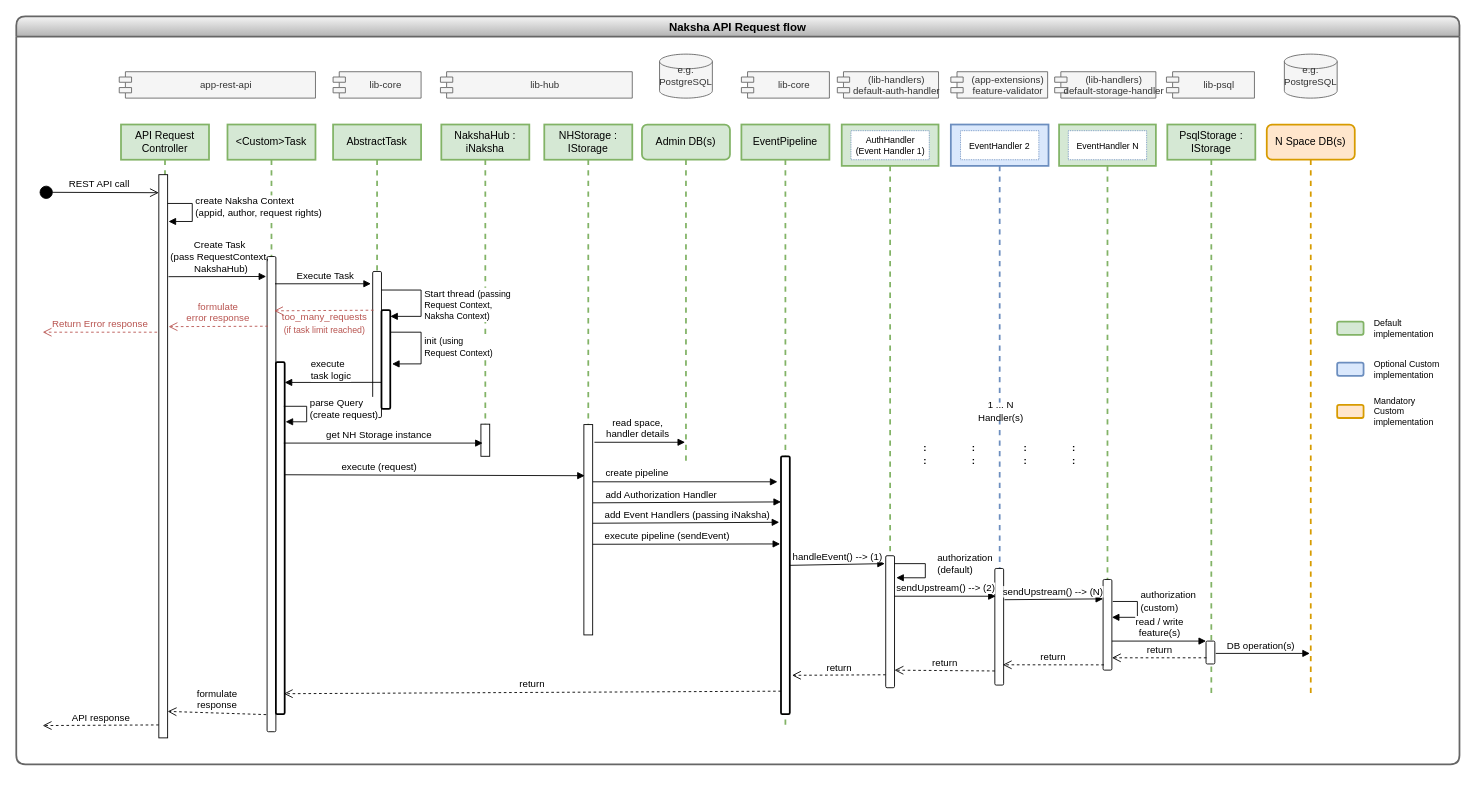
Earlier version of the draw.io diagram docs/diagrams/api_request_flow.drawio (heremaps/xyz-hub). Source tidied: cells renumbered, new cells numbered last; positions are measured from the earlier drawing's top-left corner, leaving out a move shared by most shapes. Both pictures are drawn from the tidied source at 88%, with x=0, y=0 at pixel (16, 16).
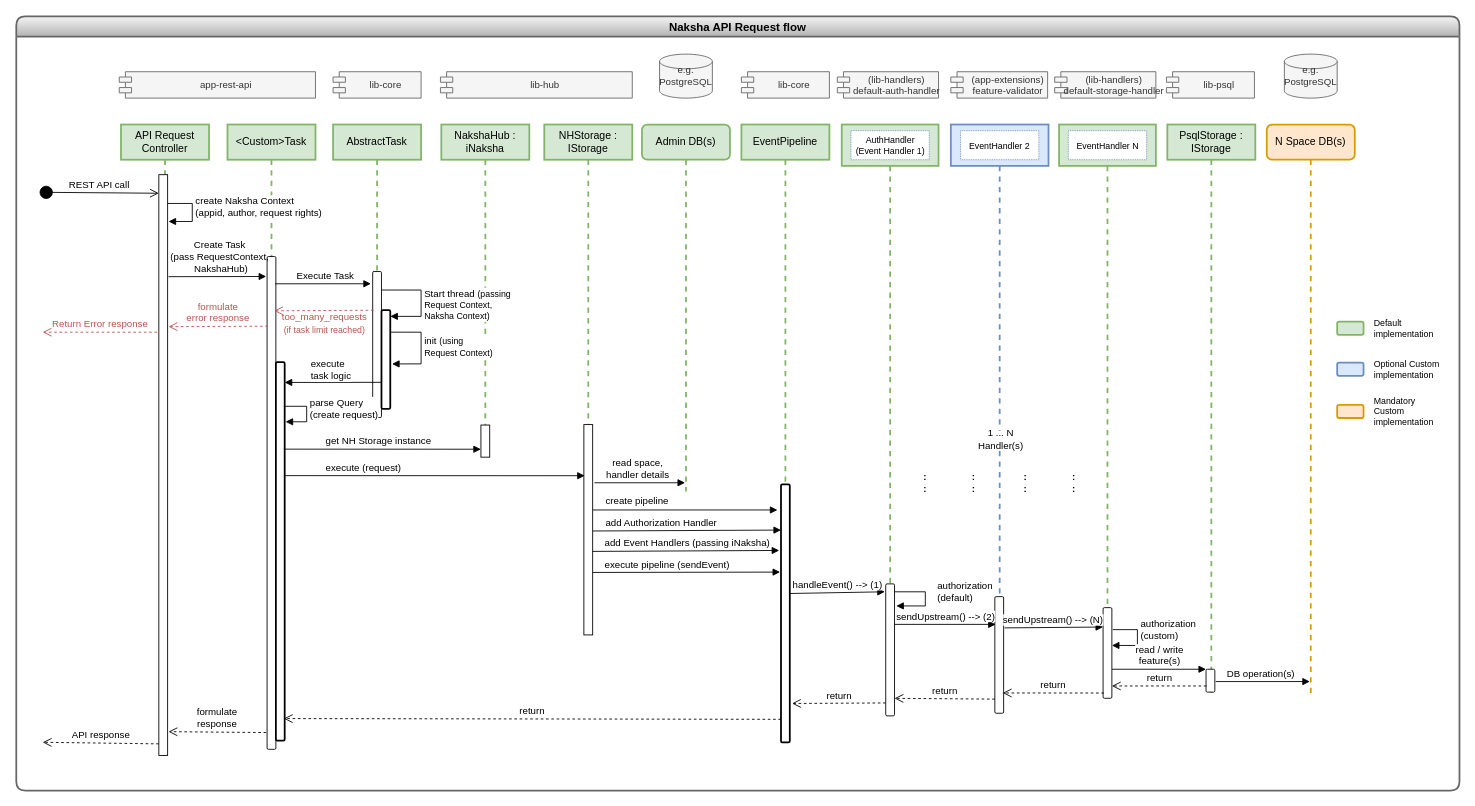
Above is the later version.

Commit message (it also covers changes not shown here):
Updated request flow diagram

The change refers to these unchanged cells:
```xml
<mxCell id="3" value="NakshaHub : iNaksha" style="shape=umlLifeline;perimeter=lifelinePerimeter;whiteSpace=wrap;html=1;fillColor=#d5e8d4;strokeColor=#82b366;strokeWidth=2;" parent="1" vertex="1">
  <mxGeometry x="483" y="123" width="100" height="377" as="geometry" />
</mxCell>
<mxCell id="5" value="N Space DB(s)" style="shape=umlLifeline;perimeter=lifelinePerimeter;whiteSpace=wrap;html=1;outlineConnect=0;fillColor=#ffe6cc;strokeColor=#d79b00;strokeWidth=2;rounded=1;" parent="1" vertex="1">
  <mxGeometry x="1421" y="123" width="100" height="647" as="geometry" />
</mxCell>
<mxCell id="16" style="shape=umlLifeline;perimeter=lifelinePerimeter;whiteSpace=wrap;html=1;fillColor=#d5e8d4;strokeColor=#82b366;strokeWidth=2;labelPosition=center;verticalLabelPosition=top;align=center;verticalAlign=bottom;size=47;" parent="6" vertex="1">
  <mxGeometry x="1185" y="123" width="110" height="620" as="geometry" />
</mxCell>
<mxCell id="28" value="PsqlStorage : IStorage" style="shape=umlLifeline;perimeter=lifelinePerimeter;whiteSpace=wrap;html=1;fillColor=#d5e8d4;strokeColor=#82b366;strokeWidth=2;" parent="6" vertex="1">
  <mxGeometry x="1308" y="123" width="100" height="647" as="geometry" />
</mxCell>
<mxCell id="43" value="EventPipeline" style="shape=umlLifeline;perimeter=lifelinePerimeter;whiteSpace=wrap;html=1;fillColor=#d5e8d4;strokeColor=#82b366;strokeWidth=2;" parent="6" vertex="1">
  <mxGeometry x="824" y="123" width="100" height="687" as="geometry" />
</mxCell>
<mxCell id="67" style="shape=umlLifeline;perimeter=lifelinePerimeter;whiteSpace=wrap;html=1;fillColor=#d5e8d4;strokeColor=#82b366;strokeWidth=2;labelPosition=center;verticalLabelPosition=top;align=center;verticalAlign=bottom;size=47;" parent="6" vertex="1">
  <mxGeometry x="938" y="123" width="110" height="640" as="geometry" />
</mxCell>
<mxCell id="77" style="html=1;points=[];perimeter=orthogonalPerimeter;" parent="76" vertex="1">
  <mxGeometry x="45" y="341" width="10" height="239" as="geometry" />
</mxCell>
```

Diff of the diagram source:
```diff
@@
     <mxCell id="4" style="html=1;points=[];perimeter=orthogonalPerimeter;" parent="3" vertex="1">
-      <mxGeometry x="45" y="340.5" width="10" height="36.5" as="geometry" />
+      <mxGeometry x="45" y="341.5" width="10" height="36.5" as="geometry" />
     </mxCell>
@@
     <mxCell id="6" value="Naksha API Request flow" style="swimlane;rounded=1;shadow=0;sketch=0;fontSize=13;strokeWidth=2;fillColor=#f5f5f5;gradientColor=#b3b3b3;strokeColor=#666666;" parent="1" vertex="1">
-      <mxGeometry width="1640" height="850" as="geometry" />
+      <mxGeometry width="1640" height="880" as="geometry" />
     </mxCell>
@@
     <mxCell id="18" value=":&lt;br style=&quot;font-size: 11px;&quot;&gt;:" style="text;html=1;strokeColor=none;fillColor=none;align=center;verticalAlign=middle;whiteSpace=wrap;rounded=0;shadow=0;sketch=0;fontSize=11;fontStyle=1;" parent="16" vertex="1">
-      <mxGeometry x="-53" y="360" width="29.5" height="30" as="geometry" />
+      <mxGeometry x="-53" y="392" width="29.5" height="30" as="geometry" />
     </mxCell>
     <mxCell id="19" value=":&lt;br style=&quot;font-size: 11px;&quot;&gt;:" style="text;html=1;strokeColor=none;fillColor=none;align=center;verticalAlign=middle;whiteSpace=wrap;rounded=0;shadow=0;sketch=0;fontSize=11;fontStyle=1;" parent="16" vertex="1">
-      <mxGeometry x="1.5" y="360" width="29.5" height="30" as="geometry" />
+      <mxGeometry x="1.5" y="392" width="29.5" height="30" as="geometry" />
     </mxCell>
     <mxCell id="20" style="html=1;points=[];perimeter=orthogonalPerimeter;rounded=1;shadow=0;sketch=0;fontSize=11;strokeColor=#000000;strokeWidth=1;" parent="16" vertex="1">
-      <mxGeometry x="50" y="517" width="10" height="103" as="geometry" />
+      <mxGeometry x="50" y="549" width="10" height="103" as="geometry" />
     </mxCell>
     <mxCell id="21" value="authorization&lt;br&gt;(custom)" style="edgeStyle=orthogonalEdgeStyle;html=1;align=left;spacingLeft=2;endArrow=block;rounded=0;fontSize=11;exitX=1.1;exitY=0.204;exitDx=0;exitDy=0;exitPerimeter=0;entryX=1;entryY=0.379;entryDx=0;entryDy=0;entryPerimeter=0;" parent="16" edge="1">
       <mxGeometry x="-0.25" relative="1" as="geometry">
-        <mxPoint x="61" y="542" as="sourcePoint" />
-        <mxPoint x="60" y="560" as="targetPoint" />
+        <mxPoint x="61" y="574" as="sourcePoint" />
+        <mxPoint x="60" y="592" as="targetPoint" />
         <Array as="points">
-          <mxPoint x="89" y="542" />
-          <mxPoint x="89" y="560" />
+          <mxPoint x="89" y="574" />
+          <mxPoint x="89" y="592" />
         </Array>
       </mxGeometry>
     </mxCell>
@@
     <mxCell id="26" value="Admin DB(s)" style="shape=umlLifeline;perimeter=lifelinePerimeter;whiteSpace=wrap;html=1;outlineConnect=0;fillColor=#d5e8d4;strokeColor=#82b366;strokeWidth=2;rounded=1;" parent="6" vertex="1">
-      <mxGeometry x="711" y="123" width="100" height="387" as="geometry" />
+      <mxGeometry x="711" y="123" width="100" height="417" as="geometry" />
     </mxCell>
@@
     <mxCell id="29" style="html=1;points=[];perimeter=orthogonalPerimeter;rounded=1;shadow=0;sketch=0;fontSize=11;strokeColor=#000000;strokeWidth=1;" parent="28" vertex="1">
-      <mxGeometry x="44" y="587" width="10" height="26" as="geometry" />
+      <mxGeometry x="44" y="619" width="10" height="26" as="geometry" />
     </mxCell>
@@
-    <mxCell id="31" value="API response" style="html=1;verticalAlign=bottom;endArrow=open;dashed=1;endSize=8;exitX=0;exitY=0.977;rounded=0;fontSize=11;exitDx=0;exitDy=0;exitPerimeter=0;" parent="6" edge="1" source="41">
+    <mxCell id="31" value="API response" style="html=1;verticalAlign=bottom;endArrow=open;dashed=1;endSize=8;exitX=0;exitY=0.98;rounded=0;fontSize=11;exitDx=0;exitDy=0;exitPerimeter=0;" parent="6" edge="1" source="41">
       <mxGeometry relative="1" as="geometry">
-        <mxPoint x="30" y="806" as="targetPoint" />
+        <mxPoint x="30" y="825" as="targetPoint" />
       </mxGeometry>
     </mxCell>
-    <mxCell id="32" value="formulate&lt;br&gt;response" style="html=1;verticalAlign=bottom;endArrow=open;dashed=1;endSize=8;exitX=-0.1;exitY=0.964;rounded=0;fontSize=11;exitDx=0;exitDy=0;exitPerimeter=0;entryX=1;entryY=0.953;entryDx=0;entryDy=0;entryPerimeter=0;" parent="6" edge="1" source="56" target="41">
+    <mxCell id="32" value="formulate&lt;br&gt;response" style="html=1;verticalAlign=bottom;endArrow=open;dashed=1;endSize=8;exitX=-0.1;exitY=0.966;rounded=0;fontSize=11;exitDx=0;exitDy=0;exitPerimeter=0;entryX=1.1;entryY=0.959;entryDx=0;entryDy=0;entryPerimeter=0;" parent="6" edge="1" source="56" target="41">
       <mxGeometry relative="1" as="geometry" />
     </mxCell>
     <mxCell id="33" style="html=1;points=[];perimeter=orthogonalPerimeter;rounded=1;shadow=0;sketch=0;fontSize=11;strokeColor=#000000;strokeWidth=1;" parent="6" vertex="1">
-      <mxGeometry x="1112" y="627.5" width="10" height="132.5" as="geometry" />
+      <mxGeometry x="1112" y="659.5" width="10" height="132.5" as="geometry" />
     </mxCell>
@@
     <mxCell id="37" value="return" style="html=1;verticalAlign=bottom;endArrow=open;dashed=1;endSize=8;rounded=0;fontSize=11;entryX=1.1;entryY=0.885;entryDx=0;entryDy=0;entryPerimeter=0;exitX=0;exitY=0.902;exitDx=0;exitDy=0;exitPerimeter=0;" parent="6" edge="1" source="69">
       <mxGeometry relative="1" as="geometry">
-        <mxPoint x="881.5" y="748.9" as="targetPoint" />
+        <mxPoint x="881.5" y="780.9" as="targetPoint" />
       </mxGeometry>
     </mxCell>
@@
     <mxCell id="40" value="1 ... N&lt;br&gt;Handler(s)" style="text;html=1;strokeColor=none;fillColor=default;align=center;verticalAlign=middle;whiteSpace=wrap;rounded=0;shadow=0;dashed=1;dashPattern=1 1;sketch=0;fontSize=11;fontStyle=0;perimeterSpacing=0;labelBorderColor=none;labelBackgroundColor=none;spacingTop=0;spacing=2;spacingLeft=0;spacingBottom=0;" parent="6" vertex="1">
-      <mxGeometry x="1089" y="439" width="60" height="20" as="geometry" />
+      <mxGeometry x="1089" y="471" width="60" height="20" as="geometry" />
     </mxCell>
     <mxCell id="41" style="html=1;points=[];perimeter=orthogonalPerimeter;" parent="6" vertex="1">
-      <mxGeometry x="162" y="180" width="10" height="640" as="geometry" />
+      <mxGeometry x="162" y="180" width="10" height="660" as="geometry" />
     </mxCell>
@@
     <mxCell id="44" style="html=1;points=[];perimeter=orthogonalPerimeter;rounded=1;shadow=0;sketch=0;fontSize=11;strokeColor=#000000;strokeWidth=2;" parent="43" vertex="1">
-      <mxGeometry x="45" y="377" width="10" height="293" as="geometry" />
+      <mxGeometry x="45" y="409" width="10" height="293" as="geometry" />
     </mxCell>
@@
-    <mxCell id="46" value="create pipeline" style="html=1;verticalAlign=bottom;endArrow=block;rounded=0;fontSize=11;exitX=1;exitY=0.272;exitDx=0;exitDy=0;exitPerimeter=0;entryX=-0.4;entryY=0.099;entryDx=0;entryDy=0;entryPerimeter=0;align=left;" parent="6" edge="1" source="77" target="44">
-      <mxGeometry x="-0.88" y="1" relative="1" as="geometry" />
+    <mxCell id="46" value="create pipeline" style="html=1;verticalAlign=bottom;endArrow=block;rounded=0;fontSize=11;exitX=1;exitY=0.272;exitDx=0;exitDy=0;exitPerimeter=0;entryX=-0.4;entryY=0.099;entryDx=0;entryDy=0;entryPerimeter=0;align=left;" parent="6" edge="1" target="44">
+      <mxGeometry x="-0.88" y="1" relative="1" as="geometry">
+        <mxPoint x="655" y="561" as="sourcePoint" />
+      </mxGeometry>
     </mxCell>
-    <mxCell id="47" value="add Authorization Handler" style="html=1;verticalAlign=bottom;endArrow=block;rounded=0;fontSize=11;exitX=1;exitY=0.372;exitDx=0;exitDy=0;exitPerimeter=0;entryX=0;entryY=0.177;entryDx=0;entryDy=0;entryPerimeter=0;align=left;" parent="6" edge="1" source="77" target="44">
-      <mxGeometry x="-0.88" relative="1" as="geometry" />
+    <mxCell id="47" value="add Authorization Handler" style="html=1;verticalAlign=bottom;endArrow=block;rounded=0;fontSize=11;exitX=1;exitY=0.372;exitDx=0;exitDy=0;exitPerimeter=0;entryX=0;entryY=0.177;entryDx=0;entryDy=0;entryPerimeter=0;align=left;" parent="6" edge="1" target="44">
+      <mxGeometry x="-0.88" relative="1" as="geometry">
+        <mxPoint x="655" y="584.9" as="sourcePoint" />
+      </mxGeometry>
     </mxCell>
@@
-    <mxCell id="53" value="add Event Handlers (passing iNaksha)" style="html=1;verticalAlign=bottom;endArrow=block;rounded=0;fontSize=11;exitX=0.9;exitY=0.469;exitDx=0;exitDy=0;exitPerimeter=0;align=left;entryX=-0.2;entryY=0.256;entryDx=0;entryDy=0;entryPerimeter=0;" parent="6" edge="1" source="77" target="44">
-      <mxGeometry x="-0.88" relative="1" as="geometry" />
+    <mxCell id="53" value="add Event Handlers (passing iNaksha)" style="html=1;verticalAlign=bottom;endArrow=block;rounded=0;fontSize=11;exitX=0.9;exitY=0.469;exitDx=0;exitDy=0;exitPerimeter=0;align=left;entryX=-0.2;entryY=0.256;entryDx=0;entryDy=0;entryPerimeter=0;" parent="6" edge="1" target="44">
+      <mxGeometry x="-0.88" relative="1" as="geometry">
+        <mxPoint x="654" y="608.1" as="sourcePoint" />
+      </mxGeometry>
     </mxCell>
@@
     <mxCell id="55" value="&amp;lt;Custom&amp;gt;Task" style="shape=umlLifeline;perimeter=lifelinePerimeter;whiteSpace=wrap;html=1;fillColor=#d5e8d4;strokeColor=#82b366;strokeWidth=2;" parent="6" vertex="1">
-      <mxGeometry x="240" y="123" width="100" height="690" as="geometry" />
+      <mxGeometry x="240" y="123" width="100" height="710" as="geometry" />
     </mxCell>
     <mxCell id="56" style="html=1;points=[];perimeter=orthogonalPerimeter;rounded=1;shadow=0;sketch=0;fontSize=11;strokeColor=#000000;strokeWidth=1;" parent="55" vertex="1">
-      <mxGeometry x="45" y="150" width="10" height="540" as="geometry" />
+      <mxGeometry x="45" y="150" width="10" height="560" as="geometry" />
     </mxCell>
     <mxCell id="57" style="html=1;points=[];perimeter=orthogonalPerimeter;rounded=1;shadow=0;sketch=0;fontSize=11;strokeColor=#000000;strokeWidth=2;" parent="55" vertex="1">
-      <mxGeometry x="55" y="270" width="10" height="400" as="geometry" />
+      <mxGeometry x="55" y="270" width="10" height="430" as="geometry" />
     </mxCell>
@@
-    <mxCell id="64" value="read space, &lt;br&gt;handler details" style="html=1;verticalAlign=bottom;endArrow=block;rounded=0;fontSize=11;exitX=1.2;exitY=0.084;exitDx=0;exitDy=0;exitPerimeter=0;" parent="6" edge="1" source="77" target="26">
-      <mxGeometry x="-0.04" relative="1" as="geometry" />
+    <mxCell id="64" value="read space, &lt;br&gt;handler details" style="html=1;verticalAlign=bottom;endArrow=block;rounded=0;fontSize=11;exitX=1.2;exitY=0.084;exitDx=0;exitDy=0;exitPerimeter=0;" parent="6" edge="1">
+      <mxGeometry x="-0.04" relative="1" as="geometry">
+        <mxPoint x="657" y="530.1" as="sourcePoint" />
+        <mxPoint x="760" y="530.1" as="targetPoint" />
+      </mxGeometry>
     </mxCell>
-    <mxCell id="65" value="execute pipeline (sendEvent)" style="html=1;verticalAlign=bottom;endArrow=block;rounded=0;fontSize=11;entryX=-0.1;entryY=0.34;entryDx=0;entryDy=0;entryPerimeter=0;align=left;exitX=0.9;exitY=0.569;exitDx=0;exitDy=0;exitPerimeter=0;" parent="6" edge="1" source="77" target="44">
-      <mxGeometry x="-0.88" relative="1" as="geometry" />
+    <mxCell id="65" value="execute pipeline (sendEvent)" style="html=1;verticalAlign=bottom;endArrow=block;rounded=0;fontSize=11;entryX=-0.1;entryY=0.34;entryDx=0;entryDy=0;entryPerimeter=0;align=left;exitX=0.9;exitY=0.569;exitDx=0;exitDy=0;exitPerimeter=0;" parent="6" edge="1" target="44">
+      <mxGeometry x="-0.88" relative="1" as="geometry">
+        <mxPoint x="654" y="632" as="sourcePoint" />
+      </mxGeometry>
     </mxCell>
@@
     <mxCell id="69" style="html=1;points=[];perimeter=orthogonalPerimeter;rounded=1;shadow=0;sketch=0;fontSize=11;strokeColor=#000000;strokeWidth=1;" parent="67" vertex="1">
-      <mxGeometry x="50" y="490" width="10" height="150" as="geometry" />
+      <mxGeometry x="50" y="522" width="10" height="150" as="geometry" />
     </mxCell>
     <mxCell id="70" value="authorization&lt;br&gt;(default)" style="edgeStyle=orthogonalEdgeStyle;html=1;align=left;spacingLeft=2;endArrow=block;rounded=0;fontSize=11;entryX=1.2;entryY=0.167;entryDx=0;entryDy=0;entryPerimeter=0;" parent="67" edge="1" source="69" target="69">
       <mxGeometry x="-0.17" y="10" relative="1" as="geometry">
         <Array as="points">
-          <mxPoint x="95" y="499" />
-          <mxPoint x="95" y="515" />
+          <mxPoint x="95" y="531" />
+          <mxPoint x="95" y="547" />
         </Array>
       </mxGeometry>
     </mxCell>
@@
     <mxCell id="74" value=":&lt;br style=&quot;font-size: 11px;&quot;&gt;:" style="text;html=1;strokeColor=none;fillColor=none;align=center;verticalAlign=middle;whiteSpace=wrap;rounded=0;shadow=0;sketch=0;fontSize=11;fontStyle=1;" parent="6" vertex="1">
-      <mxGeometry x="1018" y="483" width="29.5" height="30" as="geometry" />
+      <mxGeometry x="1018" y="515" width="29.5" height="30" as="geometry" />
     </mxCell>
     <mxCell id="75" value=":&lt;br style=&quot;font-size: 11px;&quot;&gt;:" style="text;html=1;strokeColor=none;fillColor=none;align=center;verticalAlign=middle;whiteSpace=wrap;rounded=0;shadow=0;sketch=0;fontSize=11;fontStyle=1;" parent="6" vertex="1">
-      <mxGeometry x="1072.5" y="483" width="29.5" height="30" as="geometry" />
+      <mxGeometry x="1072.5" y="515" width="29.5" height="30" as="geometry" />
     </mxCell>
@@
-    <mxCell id="78" value="execute (request)" style="html=1;verticalAlign=bottom;endArrow=block;rounded=0;fontSize=11;exitX=1;exitY=0.32;exitDx=0;exitDy=0;exitPerimeter=0;align=left;entryX=0.1;entryY=0.243;entryDx=0;entryDy=0;entryPerimeter=0;" parent="6" edge="1" source="57" target="77">
-      <mxGeometry x="-0.63" relative="1" as="geometry" />
+    <mxCell id="78" value="execute (request)" style="html=1;verticalAlign=bottom;endArrow=block;rounded=0;fontSize=11;align=left;entryX=0.1;entryY=0.243;entryDx=0;entryDy=0;entryPerimeter=0;exitX=0.9;exitY=0.3;exitDx=0;exitDy=0;exitPerimeter=0;" parent="6" edge="1" source="57" target="77">
+      <mxGeometry x="-0.73" relative="1" as="geometry" />
     </mxCell>
@@
-    <mxCell id="81" value="DB operation(s)" style="html=1;verticalAlign=bottom;endArrow=block;rounded=0;fontSize=11;exitX=1.1;exitY=0.539;exitDx=0;exitDy=0;exitPerimeter=0;" parent="1" edge="1" source="29" target="5">
-      <mxGeometry x="-0.04" relative="1" as="geometry" />
+    <mxCell id="81" value="DB operation(s)" style="html=1;verticalAlign=bottom;endArrow=block;rounded=0;fontSize=11;exitX=1.1;exitY=0.539;exitDx=0;exitDy=0;exitPerimeter=0;" parent="1" edge="1" source="29">
+      <mxGeometry x="-0.04" relative="1" as="geometry">
+        <mxPoint x="1470" y="756" as="targetPoint" />
+      </mxGeometry>
     </mxCell>
-    <mxCell id="82" value="get NH Storage instance" style="html=1;verticalAlign=bottom;endArrow=block;rounded=0;fontSize=11;exitX=0.9;exitY=0.23;exitDx=0;exitDy=0;exitPerimeter=0;" parent="1" edge="1" source="57">
-      <mxGeometry x="-0.04" relative="1" as="geometry">
-        <mxPoint x="530" y="485" as="targetPoint" />
-      </mxGeometry>
+    <mxCell id="82" value="get NH Storage instance" style="html=1;verticalAlign=bottom;endArrow=block;rounded=0;fontSize=11;exitX=0.9;exitY=0.23;exitDx=0;exitDy=0;exitPerimeter=0;entryX=0;entryY=0.753;entryDx=0;entryDy=0;entryPerimeter=0;align=left;" parent="1" edge="1" source="57" target="4">
+      <mxGeometry x="-0.59" relative="1" as="geometry" />
     </mxCell>
```
